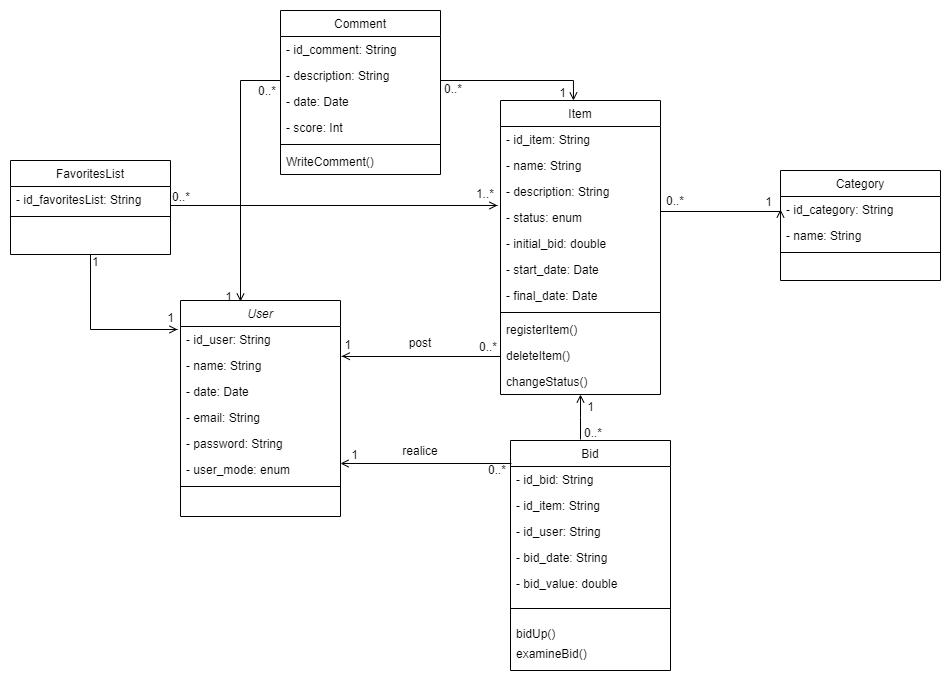
Earlier version of the draw.io export bidsClassDiagram.png (sazapatac1/bidscolTESW). Source tidied: cells renumbered, new cells last; positions are measured from the earlier drawing's top-left corner, leaving out a move shared by most shapes.
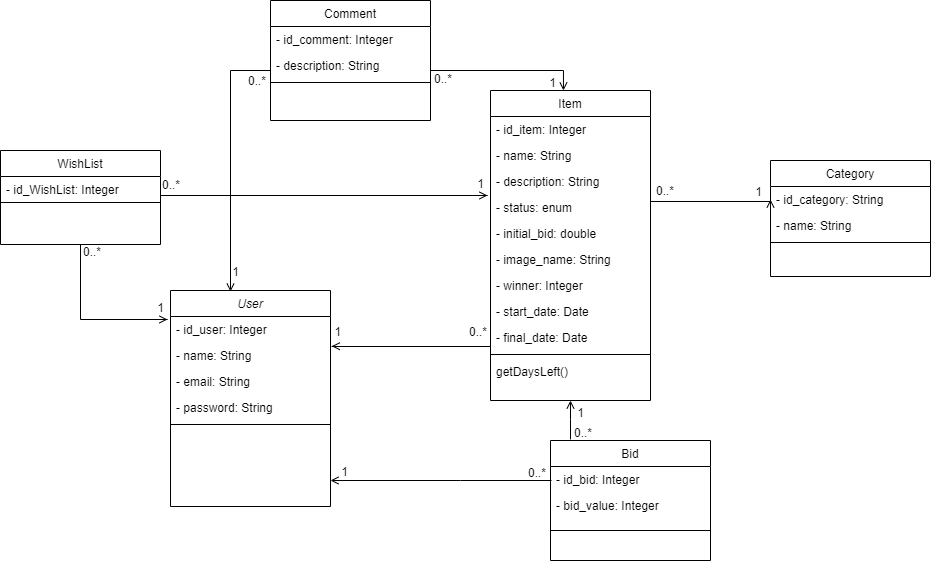
Later version of the same file.

Commit message:
Diagramas y actulizacion docker file

What changed in the source:
```diff
@@ -5,31 +5,25 @@
     <mxCell id="2" value="User" style="swimlane;fontStyle=2;align=center;verticalAlign=top;horizontal=1;startSize=26;rounded=0;shadow=0;strokeWidth=1;" parent="1" vertex="1">
       <mxGeometry x="170" y="290" width="160" height="216" as="geometry" />
     </mxCell>
-    <mxCell id="3" value="- id_user: String" style="text;align=left;verticalAlign=top;spacingLeft=4;spacingRight=4;overflow=hidden;points=[[0,0.5],[1,0.5]];portConstraint=eastwest;" parent="2" vertex="1">
+    <mxCell id="3" value="- id_user: Integer" style="text;align=left;verticalAlign=top;spacingLeft=4;spacingRight=4;overflow=hidden;points=[[0,0.5],[1,0.5]];portConstraint=eastwest;" parent="2" vertex="1">
       <mxGeometry y="26" width="160" height="26" as="geometry" />
     </mxCell>
     <mxCell id="4" value="- name: String" style="text;align=left;verticalAlign=top;spacingLeft=4;spacingRight=4;overflow=hidden;points=[[0,0.5],[1,0.5]];portConstraint=eastwest;rounded=0;shadow=0;html=0;" parent="2" vertex="1">
       <mxGeometry y="52" width="160" height="26" as="geometry" />
     </mxCell>
-    <mxCell id="5" value="- date: Date" style="text;align=left;verticalAlign=top;spacingLeft=4;spacingRight=4;overflow=hidden;rounded=0;shadow=0;html=0;" parent="2" vertex="1">
-      <mxGeometry y="78" width="160" height="26" as="geometry" />
-    </mxCell>
     <mxCell id="6" value="- email: String&#10;" style="text;align=left;verticalAlign=top;spacingLeft=4;spacingRight=4;overflow=hidden;rounded=0;shadow=0;html=0;" parent="2" vertex="1">
-      <mxGeometry y="104" width="160" height="26" as="geometry" />
+      <mxGeometry y="78" width="160" height="26" as="geometry" />
     </mxCell>
     <mxCell id="7" value="- password: String" style="text;align=left;verticalAlign=top;spacingLeft=4;spacingRight=4;overflow=hidden;rounded=0;shadow=0;html=0;" parent="2" vertex="1">
-      <mxGeometry y="130" width="160" height="26" as="geometry" />
+      <mxGeometry y="104" width="160" height="26" as="geometry" />
     </mxCell>
-    <mxCell id="8" value="- user_mode: enum" style="text;align=left;verticalAlign=top;spacingLeft=4;spacingRight=4;overflow=hidden;rounded=0;shadow=0;html=0;" parent="2" vertex="1">
-      <mxGeometry y="156" width="160" height="26" as="geometry" />
-    </mxCell>
     <mxCell id="9" style="line;html=1;strokeWidth=1;align=left;verticalAlign=middle;spacingTop=-1;spacingLeft=3;spacingRight=3;labelPosition=right;" parent="2" vertex="1">
-      <mxGeometry y="182" width="160" height="8" as="geometry" />
+      <mxGeometry y="130" width="160" height="8" as="geometry" />
     </mxCell>
     <mxCell id="10" value="Item" style="swimlane;fontStyle=0;align=center;verticalAlign=top;horizontal=1;startSize=26;rounded=0;shadow=0;strokeWidth=1;" parent="1" vertex="1">
-      <mxGeometry x="490" y="90" width="160" height="294" as="geometry" />
+      <mxGeometry x="490" y="90" width="160" height="310" as="geometry" />
     </mxCell>
-    <mxCell id="11" value="- id_item: String" style="text;align=left;verticalAlign=top;spacingLeft=4;spacingRight=4;overflow=hidden;" parent="10" vertex="1">
+    <mxCell id="11" value="- id_item: Integer" style="text;align=left;verticalAlign=top;spacingLeft=4;spacingRight=4;overflow=hidden;" parent="10" vertex="1">
       <mxGeometry y="26" width="160" height="26" as="geometry" />
     </mxCell>
     <mxCell id="12" value="- name: String" style="text;align=left;verticalAlign=top;spacingLeft=4;spacingRight=4;overflow=hidden;" parent="10" vertex="1">
@@ -44,45 +38,36 @@
     <mxCell id="15" value="- initial_bid: double" style="text;align=left;verticalAlign=top;spacingLeft=4;spacingRight=4;overflow=hidden;rounded=0;shadow=0;html=0;" parent="10" vertex="1">
       <mxGeometry y="130" width="160" height="26" as="geometry" />
     </mxCell>
+    <mxCell id="71" value="- image_name: String" style="text;align=left;verticalAlign=top;spacingLeft=4;spacingRight=4;overflow=hidden;rounded=0;shadow=0;html=0;" parent="10" vertex="1">
+      <mxGeometry y="156" width="160" height="26" as="geometry" />
+    </mxCell>
+    <mxCell id="72" value="- winner: Integer" style="text;align=left;verticalAlign=top;spacingLeft=4;spacingRight=4;overflow=hidden;rounded=0;shadow=0;html=0;" parent="10" vertex="1">
+      <mxGeometry y="182" width="160" height="26" as="geometry" />
+    </mxCell>
     <mxCell id="16" value="- start_date: Date" style="text;align=left;verticalAlign=top;spacingLeft=4;spacingRight=4;overflow=hidden;rounded=0;shadow=0;html=0;" parent="10" vertex="1">
-      <mxGeometry y="156" width="160" height="26" as="geometry" />
+      <mxGeometry y="208" width="160" height="26" as="geometry" />
     </mxCell>
     <mxCell id="17" value="- final_date: Date" style="text;align=left;verticalAlign=top;spacingLeft=4;spacingRight=4;overflow=hidden;rounded=0;shadow=0;html=0;" parent="10" vertex="1">
-      <mxGeometry y="182" width="160" height="26" as="geometry" />
+      <mxGeometry y="234" width="160" height="26" as="geometry" />
     </mxCell>
     <mxCell id="18" style="line;html=1;strokeWidth=1;align=left;verticalAlign=middle;spacingTop=-1;spacingLeft=3;spacingRight=3;labelPosition=right;" parent="10" vertex="1">
-      <mxGeometry y="208" width="160" height="8" as="geometry" />
+      <mxGeometry y="260" width="160" height="8" as="geometry" />
     </mxCell>
-    <mxCell id="19" value="registerItem()" style="text;align=left;verticalAlign=top;spacingLeft=4;spacingRight=4;overflow=hidden;points=[[0,0.5],[1,0.5]];portConstraint=eastwest;" parent="10" vertex="1">
-      <mxGeometry y="216" width="160" height="26" as="geometry" />
+    <mxCell id="19" value="getDaysLeft()" style="text;align=left;verticalAlign=top;spacingLeft=4;spacingRight=4;overflow=hidden;points=[[0,0.5],[1,0.5]];portConstraint=eastwest;" parent="10" vertex="1">
+      <mxGeometry y="268" width="160" height="26" as="geometry" />
     </mxCell>
-    <mxCell id="20" value="deleteItem()" style="text;align=left;verticalAlign=top;spacingLeft=4;spacingRight=4;overflow=hidden;" parent="10" vertex="1">
-      <mxGeometry y="242" width="160" height="26" as="geometry" />
-    </mxCell>
-    <mxCell id="21" value="changeStatus()" style="text;align=left;verticalAlign=top;spacingLeft=4;spacingRight=4;overflow=hidden;" parent="10" vertex="1">
-      <mxGeometry y="268" width="160" height="26" as="geometry" />
-    </mxCell>
     <mxCell id="22" value="Comment" style="swimlane;fontStyle=0;align=center;verticalAlign=top;horizontal=1;startSize=26;rounded=0;shadow=0;strokeWidth=1;" parent="1" vertex="1">
-      <mxGeometry x="270" width="160" height="164" as="geometry" />
+      <mxGeometry x="270" width="160" height="120" as="geometry" />
     </mxCell>
-    <mxCell id="23" value="- id_comment: String" style="text;align=left;verticalAlign=top;spacingLeft=4;spacingRight=4;overflow=hidden;rounded=0;shadow=0;html=0;" parent="22" vertex="1">
+    <mxCell id="23" value="- id_comment: Integer" style="text;align=left;verticalAlign=top;spacingLeft=4;spacingRight=4;overflow=hidden;rounded=0;shadow=0;html=0;" parent="22" vertex="1">
       <mxGeometry y="26" width="160" height="26" as="geometry" />
     </mxCell>
     <mxCell id="24" value="- description: String" style="text;align=left;verticalAlign=top;spacingLeft=4;spacingRight=4;overflow=hidden;points=[[0,0.5],[1,0.5]];portConstraint=eastwest;rounded=0;shadow=0;html=0;" parent="22" vertex="1">
       <mxGeometry y="52" width="160" height="26" as="geometry" />
     </mxCell>
-    <mxCell id="25" value="- date: Date" style="text;align=left;verticalAlign=top;spacingLeft=4;spacingRight=4;overflow=hidden;points=[[0,0.5],[1,0.5]];portConstraint=eastwest;rounded=0;shadow=0;html=0;" parent="22" vertex="1">
-      <mxGeometry y="78" width="160" height="26" as="geometry" />
-    </mxCell>
-    <mxCell id="26" value="- score: Int" style="text;align=left;verticalAlign=top;spacingLeft=4;spacingRight=4;overflow=hidden;rounded=0;shadow=0;html=0;" parent="22" vertex="1">
-      <mxGeometry y="104" width="160" height="26" as="geometry" />
-    </mxCell>
     <mxCell id="27" style="line;html=1;strokeWidth=1;align=left;verticalAlign=middle;spacingTop=-1;spacingLeft=3;spacingRight=3;labelPosition=right;" parent="22" vertex="1">
-      <mxGeometry y="130" width="160" height="8" as="geometry" />
+      <mxGeometry y="78" width="160" height="8" as="geometry" />
     </mxCell>
-    <mxCell id="28" value="WriteComment()" style="text;align=left;verticalAlign=top;spacingLeft=4;spacingRight=4;overflow=hidden;" parent="22" vertex="1">
-      <mxGeometry y="138" width="160" height="26" as="geometry" />
-    </mxCell>
     <mxCell id="29" style="endArrow=open;shadow=0;strokeWidth=1;strokeColor=#000000;rounded=0;endFill=1;edgeStyle=elbowEdgeStyle;elbow=vertical;entryX=0.456;entryY=0;entryDx=0;entryDy=0;entryPerimeter=0;exitX=1;exitY=0.5;exitDx=0;exitDy=0;" parent="1" edge="1" source="24" target="10">
       <mxGeometry x="0.5" y="41" relative="1" as="geometry">
         <Array as="points">
@@ -103,8 +88,9 @@
         <mxPoint x="-6" y="1" as="offset" />
       </mxGeometry>
     </mxCell>
-    <mxCell id="32" style="endArrow=open;shadow=0;strokeWidth=1;strokeColor=#000000;rounded=0;endFill=1;edgeStyle=elbowEdgeStyle;elbow=vertical;exitX=0;exitY=0.5;exitDx=0;exitDy=0;entryX=0.375;entryY=0.005;entryDx=0;entryDy=0;entryPerimeter=0;" parent="1" edge="1" source="25" target="2">
+    <mxCell id="32" style="endArrow=open;shadow=0;strokeWidth=1;strokeColor=#000000;rounded=0;endFill=1;edgeStyle=elbowEdgeStyle;elbow=vertical;exitX=0;exitY=0.5;exitDx=0;exitDy=0;entryX=0.375;entryY=0.005;entryDx=0;entryDy=0;entryPerimeter=0;" parent="1" edge="1" target="2">
       <mxGeometry x="0.5" y="41" relative="1" as="geometry">
+        <mxPoint x="270" y="91" as="sourcePoint" />
         <Array as="points">
           <mxPoint x="210" y="70" />
         </Array>
@@ -118,48 +104,34 @@
     </mxCell>
     <mxCell id="34" value="1" style="align=right;verticalAlign=bottom;labelBackgroundColor=none;fontSize=12;" parent="32" vertex="1">
       <mxGeometry x="1" relative="1" as="geometry">
-        <mxPoint x="-7" y="4" as="offset" />
+        <mxPoint x="10" y="-11.3" as="offset" />
       </mxGeometry>
     </mxCell>
     <mxCell id="35" value="Bid" style="swimlane;fontStyle=0;align=center;verticalAlign=top;horizontal=1;startSize=26;rounded=0;shadow=0;strokeWidth=1;" parent="1" vertex="1">
-      <mxGeometry x="500" y="430" width="160" height="230" as="geometry" />
+      <mxGeometry x="550" y="440" width="160" height="120" as="geometry" />
     </mxCell>
-    <mxCell id="36" value="- id_bid: String" style="text;align=left;verticalAlign=top;spacingLeft=4;spacingRight=4;overflow=hidden;" parent="35" vertex="1">
+    <mxCell id="36" value="- id_bid: Integer" style="text;align=left;verticalAlign=top;spacingLeft=4;spacingRight=4;overflow=hidden;" parent="35" vertex="1">
       <mxGeometry y="26" width="160" height="26" as="geometry" />
     </mxCell>
-    <mxCell id="37" value="- id_item: String" style="text;align=left;verticalAlign=top;spacingLeft=4;spacingRight=4;overflow=hidden;" parent="35" vertex="1">
-      <mxGeometry y="52" width="160" height="26" as="geometry" />
-    </mxCell>
-    <mxCell id="38" value="- id_user: String" style="text;align=left;verticalAlign=top;spacingLeft=4;spacingRight=4;overflow=hidden;" parent="35" vertex="1">
-      <mxGeometry y="78" width="160" height="26" as="geometry" />
-    </mxCell>
-    <mxCell id="39" value="- bid_date: String" style="text;align=left;verticalAlign=top;spacingLeft=4;spacingRight=4;overflow=hidden;" parent="35" vertex="1">
-      <mxGeometry y="104" width="160" height="26" as="geometry" />
-    </mxCell>
-    <mxCell id="40" value="- bid_value: double" style="text;align=left;verticalAlign=top;spacingLeft=4;spacingRight=4;overflow=hidden;" parent="35" vertex="1">
-      <mxGeometry y="130" width="160" height="26" as="geometry" />
+    <mxCell id="40" value="- bid_value: Integer" style="text;align=left;verticalAlign=top;spacingLeft=4;spacingRight=4;overflow=hidden;" parent="35" vertex="1">
+      <mxGeometry y="52" width="160" height="26" as="geometry" />
     </mxCell>
     <mxCell id="41" style="line;html=1;strokeWidth=1;align=left;verticalAlign=middle;spacingTop=-1;spacingLeft=3;spacingRight=3;labelPosition=right;" parent="35" vertex="1">
-      <mxGeometry y="156" width="160" height="24" as="geometry" />
+      <mxGeometry y="78" width="160" height="24" as="geometry" />
     </mxCell>
-    <mxCell id="42" value="bidUp()" style="text;align=left;verticalAlign=top;spacingLeft=4;spacingRight=4;overflow=hidden;" parent="35" vertex="1">
-      <mxGeometry y="180" width="160" height="20" as="geometry" />
-    </mxCell>
-    <mxCell id="43" value="examineBid()" style="text;align=left;verticalAlign=top;spacingLeft=4;spacingRight=4;overflow=hidden;" parent="35" vertex="1">
-      <mxGeometry y="200" width="160" height="30" as="geometry" />
-    </mxCell>
-    <mxCell id="44" style="endArrow=open;shadow=0;strokeWidth=1;strokeColor=#000000;rounded=0;endFill=1;edgeStyle=elbowEdgeStyle;elbow=vertical;exitX=0.005;exitY=0.099;exitDx=0;exitDy=0;exitPerimeter=0;" parent="1" edge="1" source="35">
+    <mxCell id="44" style="endArrow=open;shadow=0;strokeWidth=1;strokeColor=#000000;rounded=0;endFill=1;edgeStyle=elbowEdgeStyle;elbow=vertical;" parent="1" edge="1">
       <mxGeometry x="0.5" y="41" relative="1" as="geometry">
-        <mxPoint x="330" y="453" as="targetPoint" />
+        <mxPoint x="551" y="480" as="sourcePoint" />
+        <mxPoint x="330" y="480" as="targetPoint" />
         <Array as="points">
-          <mxPoint x="470" y="453" />
+          <mxPoint x="460" y="480" />
         </Array>
         <mxPoint x="-40" y="32" as="offset" />
       </mxGeometry>
     </mxCell>
     <mxCell id="45" value="0..*" style="align=left;verticalAlign=bottom;labelBackgroundColor=none;fontSize=12;" parent="44" vertex="1">
       <mxGeometry x="-1" relative="1" as="geometry">
-        <mxPoint x="-25" y="15" as="offset" />
+        <mxPoint x="-25" y="1" as="offset" />
       </mxGeometry>
     </mxCell>
     <mxCell id="46" value="1" style="align=right;verticalAlign=bottom;labelBackgroundColor=none;fontSize=12;" parent="44" vertex="1">
@@ -167,9 +139,8 @@
         <mxPoint x="18.9" as="offset" />
       </mxGeometry>
     </mxCell>
-    <mxCell id="47" style="endArrow=open;shadow=0;strokeWidth=1;strokeColor=#000000;rounded=0;endFill=1;edgeStyle=elbowEdgeStyle;elbow=vertical;entryX=0.5;entryY=1;entryDx=0;entryDy=0;" parent="1" edge="1" target="10">
+    <mxCell id="47" style="endArrow=open;shadow=0;strokeWidth=1;strokeColor=#000000;rounded=0;endFill=1;edgeStyle=elbowEdgeStyle;elbow=vertical;entryX=0.5;entryY=1;entryDx=0;entryDy=0;exitX=0.125;exitY=-0.009;exitDx=0;exitDy=0;exitPerimeter=0;" parent="1" edge="1" source="35" target="10">
       <mxGeometry x="0.5" y="41" relative="1" as="geometry">
-        <mxPoint x="570" y="429" as="sourcePoint" />
         <mxPoint x="-40" y="32" as="offset" />
       </mxGeometry>
     </mxCell>
@@ -184,7 +155,7 @@
       </mxGeometry>
     </mxCell>
     <mxCell id="50" value="Category" style="swimlane;fontStyle=0;align=center;verticalAlign=top;horizontal=1;startSize=26;rounded=0;shadow=0;strokeWidth=1;" parent="1" vertex="1">
-      <mxGeometry x="770" y="160" width="160" height="110" as="geometry" />
+      <mxGeometry x="770" y="160" width="160" height="116" as="geometry" />
     </mxCell>
     <mxCell id="51" value="- id_category: String" style="text;align=left;verticalAlign=top;spacingLeft=4;spacingRight=4;overflow=hidden;points=[[0,0.5],[1,0.5]];portConstraint=eastwest;" parent="50" vertex="1">
       <mxGeometry y="26" width="160" height="26" as="geometry" />
@@ -221,28 +192,22 @@
     </mxCell>
     <mxCell id="58" value="0..*" style="align=left;verticalAlign=bottom;labelBackgroundColor=none;fontSize=12;" parent="57" vertex="1">
       <mxGeometry x="-1" relative="1" as="geometry">
-        <mxPoint x="-23" y="26" as="offset" />
+        <mxPoint x="-23" y="-31" as="offset" />
       </mxGeometry>
     </mxCell>
     <mxCell id="59" value="1" style="align=right;verticalAlign=bottom;labelBackgroundColor=none;fontSize=12;" parent="57" vertex="1">
       <mxGeometry x="1" relative="1" as="geometry">
-        <mxPoint x="11" y="-3" as="offset" />
+        <mxPoint x="11" y="-5.7" as="offset" />
       </mxGeometry>
     </mxCell>
-    <mxCell id="60" value="post" style="text;html=1;strokeColor=none;fillColor=none;align=center;verticalAlign=middle;whiteSpace=wrap;rounded=0;" parent="1" vertex="1">
-      <mxGeometry x="390" y="322" width="40" height="20" as="geometry" />
-    </mxCell>
-    <mxCell id="61" value="realice" style="text;html=1;strokeColor=none;fillColor=none;align=center;verticalAlign=middle;whiteSpace=wrap;rounded=0;" parent="1" vertex="1">
-      <mxGeometry x="390" y="430" width="40" height="20" as="geometry" />
-    </mxCell>
-    <mxCell id="62" value="FavoritesList" style="swimlane;fontStyle=0;align=center;verticalAlign=top;horizontal=1;startSize=26;rounded=0;shadow=0;strokeWidth=1;" parent="1" vertex="1">
+    <mxCell id="62" value="WishList" style="swimlane;fontStyle=0;align=center;verticalAlign=top;horizontal=1;startSize=26;rounded=0;shadow=0;strokeWidth=1;" parent="1" vertex="1">
       <mxGeometry y="150" width="160" height="94" as="geometry" />
     </mxCell>
-    <mxCell id="63" value="- id_favoritesList: String" style="text;align=left;verticalAlign=top;spacingLeft=4;spacingRight=4;overflow=hidden;points=[[0,0.5],[1,0.5]];portConstraint=eastwest;rounded=0;shadow=0;html=0;" parent="62" vertex="1">
-      <mxGeometry y="26" width="160" height="26" as="geometry" />
+    <mxCell id="63" value="- id_WishList: Integer" style="text;align=left;verticalAlign=top;spacingLeft=4;spacingRight=4;overflow=hidden;points=[[0,0.5],[1,0.5]];portConstraint=eastwest;rounded=0;shadow=0;html=0;" parent="62" vertex="1">
+      <mxGeometry y="26" width="160" height="22" as="geometry" />
     </mxCell>
     <mxCell id="64" style="line;html=1;strokeWidth=1;align=left;verticalAlign=middle;spacingTop=-1;spacingLeft=3;spacingRight=3;labelPosition=right;" parent="62" vertex="1">
-      <mxGeometry y="52" width="160" height="8" as="geometry" />
+      <mxGeometry y="48" width="160" height="8" as="geometry" />
     </mxCell>
     <mxCell id="65" style="endArrow=open;shadow=0;strokeWidth=1;strokeColor=#000000;rounded=0;endFill=1;edgeStyle=elbowEdgeStyle;elbow=vertical;exitX=0.5;exitY=1;exitDx=0;exitDy=0;entryX=-0.019;entryY=0.115;entryDx=0;entryDy=0;entryPerimeter=0;" parent="1" edge="1" source="62" target="3">
       <mxGeometry x="0.5" y="41" relative="1" as="geometry">
@@ -253,9 +218,9 @@
         <mxPoint x="-40" y="32" as="offset" />
       </mxGeometry>
     </mxCell>
-    <mxCell id="66" value="1" style="align=left;verticalAlign=bottom;labelBackgroundColor=none;fontSize=12;" parent="65" vertex="1">
+    <mxCell id="66" value="0..*" style="align=left;verticalAlign=bottom;labelBackgroundColor=none;fontSize=12;" parent="65" vertex="1">
       <mxGeometry x="-1" relative="1" as="geometry">
-        <mxPoint y="16" as="offset" />
+        <mxPoint x="1" y="16" as="offset" />
       </mxGeometry>
     </mxCell>
     <mxCell id="67" value="1" style="align=right;verticalAlign=bottom;labelBackgroundColor=none;fontSize=12;" parent="65" vertex="1">
@@ -277,7 +242,7 @@
         <mxPoint y="6" as="offset" />
       </mxGeometry>
     </mxCell>
-    <mxCell id="70" value="1..*" style="align=right;verticalAlign=bottom;labelBackgroundColor=none;fontSize=12;" parent="68" vertex="1">
+    <mxCell id="70" value="1" style="align=right;verticalAlign=bottom;labelBackgroundColor=none;fontSize=12;" parent="68" vertex="1">
       <mxGeometry x="1" relative="1" as="geometry">
         <mxPoint x="-2" y="-3" as="offset" />
       </mxGeometry>
```
